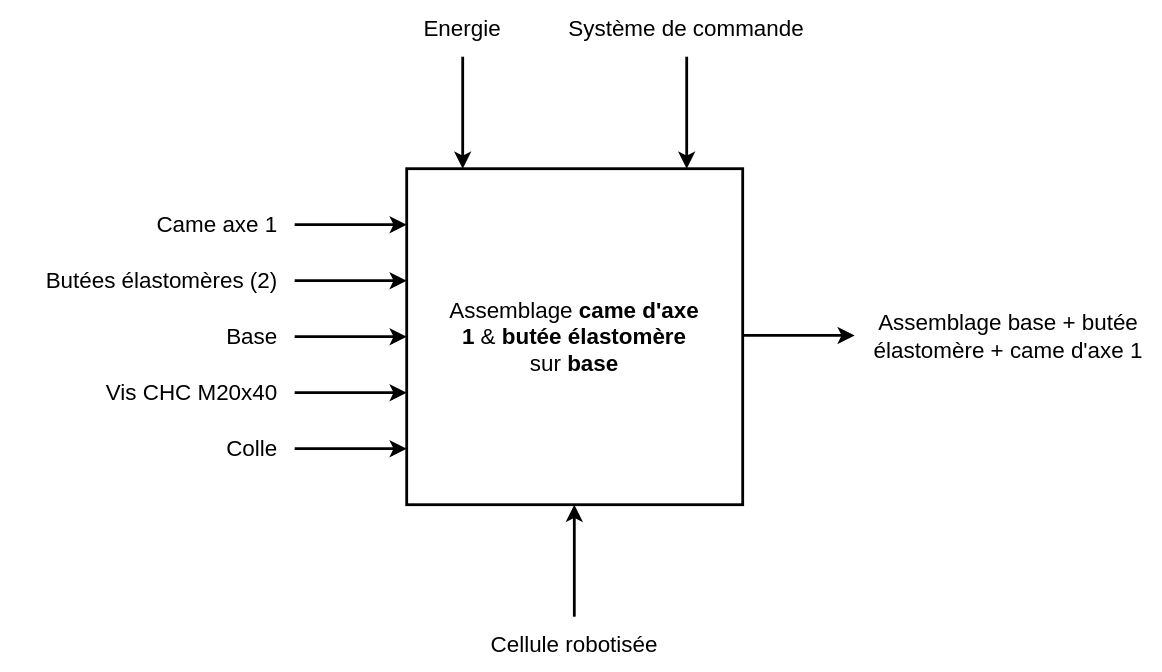
This is sadt_lot-1.drawio.svg from joriszuretti/esirem, a draw.io export, as it was before one commit. Source tidied: cells renumbered, new cells last; positions are measured from the earlier drawing's top-left corner, leaving out a move shared by most shapes.
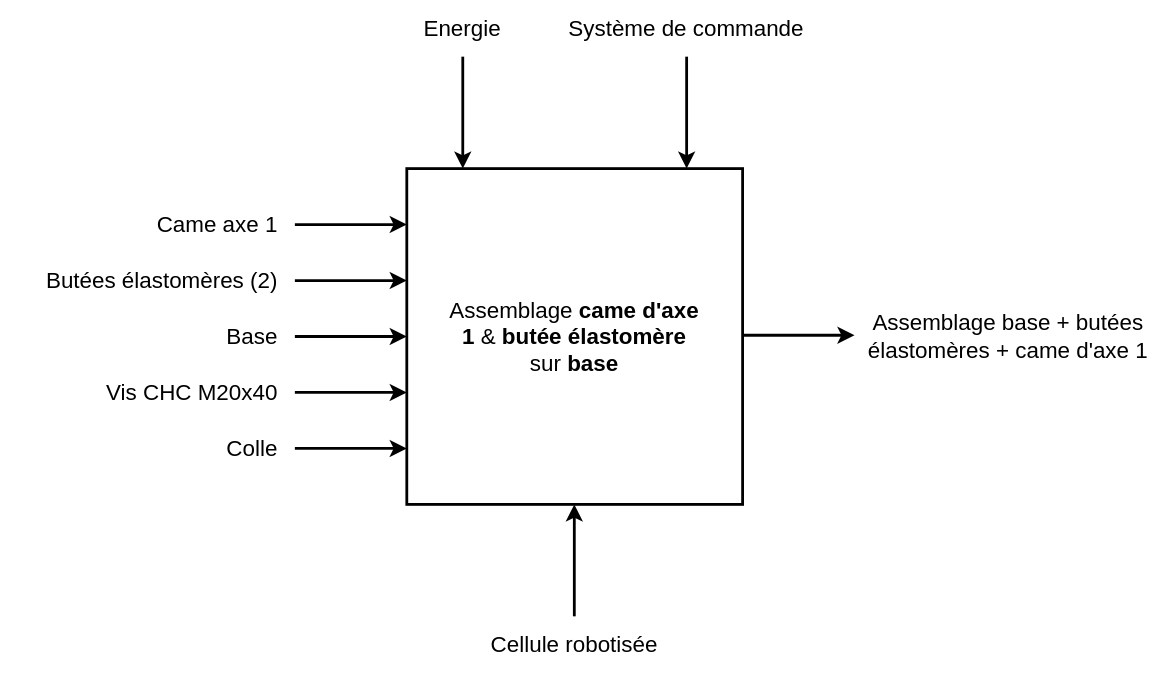
The same diagram one commit later.

Commit message:
Mettre à jour sadt_lot-1.drawio.svg

What changed in the source:
```diff
@@ -71,7 +71,7 @@
     <mxCell id="16" value="Vis CHC M20x40" style="text;html=1;strokeColor=none;fillColor=none;align=right;verticalAlign=middle;whiteSpace=wrap;rounded=0;fontSize=16;" parent="1" vertex="1">
       <mxGeometry x="40" y="240" width="160" height="80" as="geometry" />
     </mxCell>
-    <mxCell id="17" value="Assemblage base + butée élastomère + came d'axe 1" style="text;html=1;strokeColor=none;fillColor=none;align=center;verticalAlign=middle;whiteSpace=wrap;rounded=0;fontSize=16;" parent="1" vertex="1">
+    <mxCell id="17" value="Assemblage base + butées élastomères + came d'axe 1" style="text;html=1;strokeColor=none;fillColor=none;align=center;verticalAlign=middle;whiteSpace=wrap;rounded=0;fontSize=16;" parent="1" vertex="1">
       <mxGeometry x="610" y="200" width="220" height="80" as="geometry" />
     </mxCell>
     <mxCell id="18" value="Cellule robotisée" style="text;html=1;strokeColor=none;fillColor=none;align=center;verticalAlign=middle;whiteSpace=wrap;rounded=0;fontSize=16;" parent="1" vertex="1">
```
